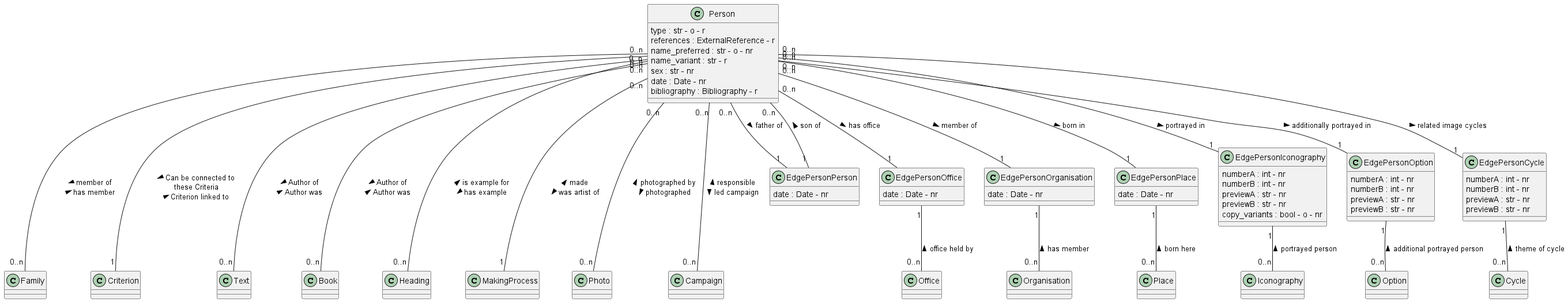
This is documentation/class_diagrams/Person.png from tmasch/bpf_be, a PlantUML export, as it was before one commit.
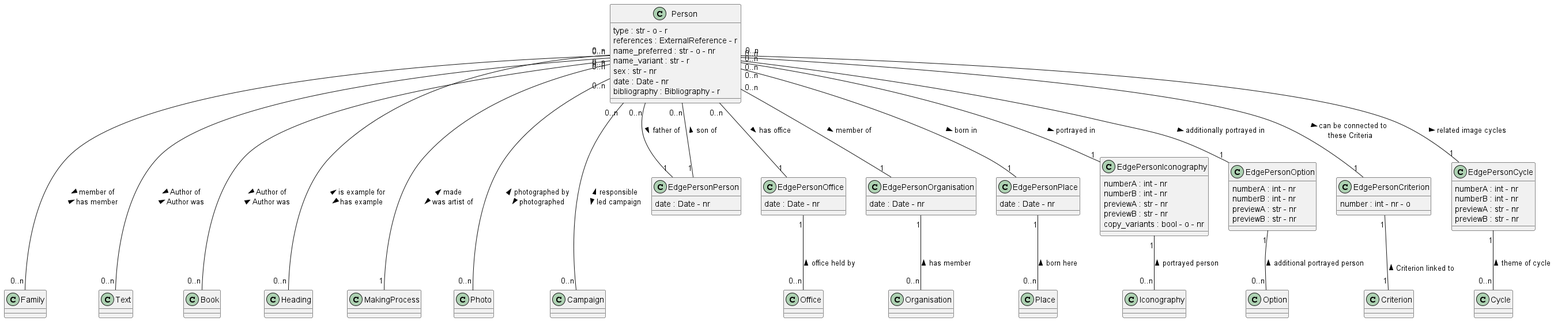
Above is the later version.

The edit, as a diff of the source:
```diff
@@ -56,13 +56,16 @@
 EdgePersonIconography : numberB : int - nr
 EdgePersonIconography : previewA : str - nr
 EdgePersonIconography : previewB : str - nr
-EdgePersonIconography : copy_variants : bool - o - nr
 
 class EdgePersonOption
 EdgePersonOption : numberA : int - nr
 EdgePersonOption : numberB : int - nr
 EdgePersonOption : previewA : str - nr
 EdgePersonOption : previewB : str - nr
+EdgePersonIconography : copy_variants : bool - o - nr
+
+class EdgePersonCriterion
+EdgePersonCriterion : number : int - nr - o
 
 class EdgePersonCycle
 EdgePersonCycle : numberA : int - nr
@@ -90,7 +93,8 @@
 Person "0..n" -- "1" EdgePersonOption : additionally portrayed in >
 EdgePersonOption "1" -- "0..n" Option : additional portrayed person <
 
-Person "0..n" --- "1" Criterion : > Can be connected to \n these Criteria \n Criterion linked to <
+Person "0..n" -- "1" EdgePersonCriterion : > can be connected to \n these Criteria
+EdgePersonCriterion "1" -- "1" Criterion : \n Criterion linked to <
 
 Person "0..n" -- "1" EdgePersonCycle : related image cycles >
 EdgePersonCycle "1" -- "0..n" Cycle : theme of cycle <
```
